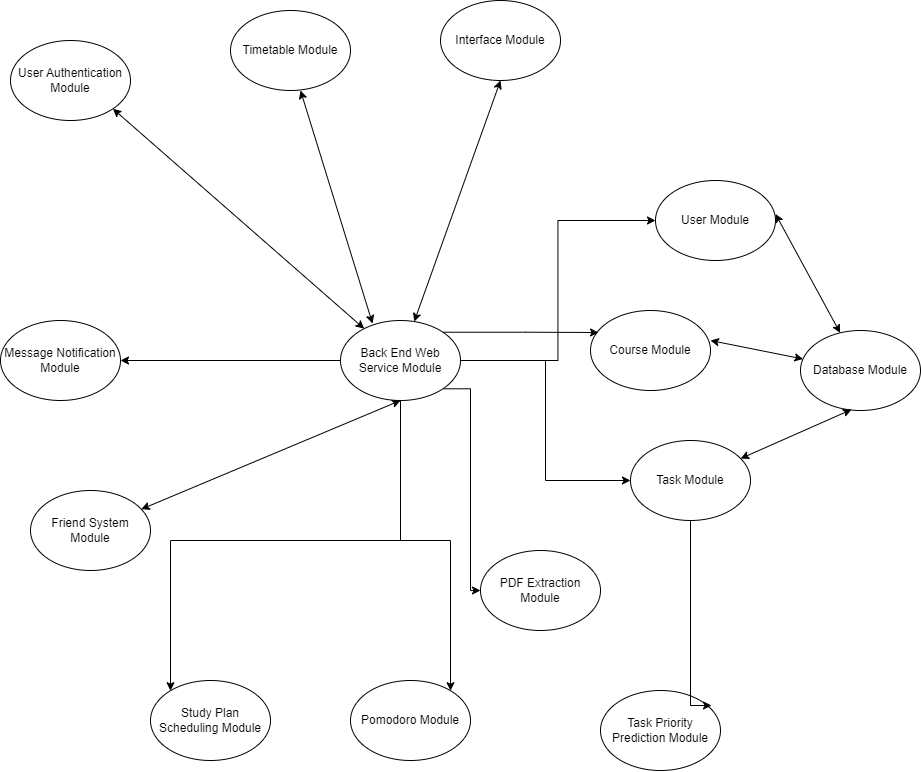
The draw.io diagram docs/Design/SoftArchitecture/UseHierachy.png in katrina799/4G06CapstoneProjectT5, before a commit. Source tidied: cells renumbered, new cells last; positions are measured from the earlier drawing's top-left corner, leaving out a move shared by most shapes. Its diagram source:
```xml
<mxGraphModel>
  <root>
    <mxCell id="0" />
    <mxCell id="1" parent="0" />
    <mxCell id="2" style="edgeStyle=orthogonalEdgeStyle;rounded=0;jettySize=auto;html=1;entryX=0;entryY=0.5;entryDx=0;entryDy=0;" parent="1" edge="1" source="8" target="9">
      <mxGeometry relative="1" as="geometry" />
    </mxCell>
    <mxCell id="3" style="edgeStyle=orthogonalEdgeStyle;rounded=0;jettySize=auto;html=1;entryX=0;entryY=0.5;entryDx=0;entryDy=0;" parent="1" edge="1" source="8" target="12">
      <mxGeometry relative="1" as="geometry" />
    </mxCell>
    <mxCell id="4" style="edgeStyle=orthogonalEdgeStyle;rounded=0;jettySize=auto;html=1;" parent="1" edge="1" source="8" target="13">
      <mxGeometry relative="1" as="geometry" />
    </mxCell>
    <mxCell id="5" style="edgeStyle=orthogonalEdgeStyle;rounded=0;jettySize=auto;html=1;" parent="1" edge="1" source="8" target="19">
      <mxGeometry relative="1" as="geometry">
        <Array as="points">
          <mxPoint x="400" y="540" />
          <mxPoint x="170" y="540" />
        </Array>
      </mxGeometry>
    </mxCell>
    <mxCell id="6" style="edgeStyle=orthogonalEdgeStyle;rounded=0;jettySize=auto;html=1;exitX=0.5;exitY=1;exitDx=0;exitDy=0;" parent="1" edge="1" source="8" target="16">
      <mxGeometry relative="1" as="geometry">
        <Array as="points">
          <mxPoint x="400" y="540" />
          <mxPoint x="450" y="540" />
        </Array>
      </mxGeometry>
    </mxCell>
    <mxCell id="7" style="edgeStyle=orthogonalEdgeStyle;rounded=0;jettySize=auto;html=1;exitX=1;exitY=1;exitDx=0;exitDy=0;entryX=0;entryY=0.5;entryDx=0;entryDy=0;" parent="1" edge="1" source="8" target="17">
      <mxGeometry relative="1" as="geometry">
        <Array as="points">
          <mxPoint x="470" y="388" />
          <mxPoint x="470" y="590" />
        </Array>
      </mxGeometry>
    </mxCell>
    <mxCell id="8" value="Back End Web Service Module" style="ellipse;whiteSpace=wrap;html=1;" parent="1" vertex="1">
      <mxGeometry x="340" y="320" width="120" height="80" as="geometry" />
    </mxCell>
    <mxCell id="9" value="Task Module" style="ellipse;whiteSpace=wrap;html=1;" parent="1" vertex="1">
      <mxGeometry x="630" y="440" width="120" height="80" as="geometry" />
    </mxCell>
    <mxCell id="10" value="User Authentication Module" style="ellipse;whiteSpace=wrap;html=1;" parent="1" vertex="1">
      <mxGeometry x="10" y="40" width="120" height="80" as="geometry" />
    </mxCell>
    <mxCell id="11" value="Course Module" style="ellipse;whiteSpace=wrap;html=1;" parent="1" vertex="1">
      <mxGeometry x="590" y="310" width="120" height="80" as="geometry" />
    </mxCell>
    <mxCell id="12" value="User Module" style="ellipse;whiteSpace=wrap;html=1;" parent="1" vertex="1">
      <mxGeometry x="655" y="180" width="120" height="80" as="geometry" />
    </mxCell>
    <mxCell id="13" value="Message Notification Module" style="ellipse;whiteSpace=wrap;html=1;" parent="1" vertex="1">
      <mxGeometry y="320" width="120" height="80" as="geometry" />
    </mxCell>
    <mxCell id="14" value="Friend System Module" style="ellipse;whiteSpace=wrap;html=1;" parent="1" vertex="1">
      <mxGeometry x="30" y="490" width="120" height="80" as="geometry" />
    </mxCell>
    <mxCell id="15" value="Timetable Module&lt;br&gt;" style="ellipse;whiteSpace=wrap;html=1;" parent="1" vertex="1">
      <mxGeometry x="230" y="10" width="120" height="80" as="geometry" />
    </mxCell>
    <mxCell id="16" value="Pomodoro Module" style="ellipse;whiteSpace=wrap;html=1;" parent="1" vertex="1">
      <mxGeometry x="350" y="680" width="120" height="80" as="geometry" />
    </mxCell>
    <mxCell id="17" value="PDF Extraction Module" style="ellipse;whiteSpace=wrap;html=1;" parent="1" vertex="1">
      <mxGeometry x="480" y="550" width="120" height="80" as="geometry" />
    </mxCell>
    <mxCell id="18" value="Database Module" style="ellipse;whiteSpace=wrap;html=1;" parent="1" vertex="1">
      <mxGeometry x="800" y="330" width="120" height="80" as="geometry" />
    </mxCell>
    <mxCell id="19" value="Study Plan Scheduling Module" style="ellipse;whiteSpace=wrap;html=1;" parent="1" vertex="1">
      <mxGeometry x="150" y="680" width="120" height="80" as="geometry" />
    </mxCell>
    <mxCell id="20" value="Task Priority Prediction Module" style="ellipse;whiteSpace=wrap;html=1;" parent="1" vertex="1">
      <mxGeometry x="600" y="690" width="120" height="80" as="geometry" />
    </mxCell>
    <mxCell id="21" style="edgeStyle=orthogonalEdgeStyle;rounded=0;jettySize=auto;html=1;exitX=1;exitY=0;exitDx=0;exitDy=0;entryX=0.067;entryY=0.275;entryDx=0;entryDy=0;entryPerimeter=0;" parent="1" edge="1" source="8" target="11">
      <mxGeometry relative="1" as="geometry" />
    </mxCell>
    <mxCell id="22" style="endArrow=classic;startArrow=classic;html=1;rounded=0;entryX=0.5;entryY=1;entryDx=0;entryDy=0;" parent="1" edge="1" source="14" target="8">
      <mxGeometry relative="1" as="geometry" />
    </mxCell>
    <mxCell id="23" style="endArrow=classic;startArrow=classic;html=1;rounded=0;entryX=0.267;entryY=0.038;entryDx=0;entryDy=0;entryPerimeter=0;" parent="1" edge="1" target="8">
      <mxGeometry relative="1" as="geometry">
        <mxPoint x="300" y="90" as="sourcePoint" />
      </mxGeometry>
    </mxCell>
    <mxCell id="24" style="endArrow=classic;startArrow=classic;html=1;rounded=0;" parent="1" edge="1" target="18">
      <mxGeometry relative="1" as="geometry">
        <mxPoint x="775" y="213.5" as="sourcePoint" />
      </mxGeometry>
    </mxCell>
    <mxCell id="25" style="endArrow=classic;startArrow=classic;html=1;rounded=0;entryX=0.425;entryY=0.988;entryDx=0;entryDy=0;entryPerimeter=0;" parent="1" edge="1" source="9" target="18">
      <mxGeometry relative="1" as="geometry" />
    </mxCell>
    <mxCell id="26" style="endArrow=classic;startArrow=classic;html=1;rounded=0;" parent="1" edge="1" target="18">
      <mxGeometry relative="1" as="geometry">
        <mxPoint x="710" y="340" as="sourcePoint" />
      </mxGeometry>
    </mxCell>
    <mxCell id="27" style="endArrow=classic;startArrow=classic;html=1;rounded=0;exitX=1;exitY=1;exitDx=0;exitDy=0;" parent="1" edge="1" source="10" target="8">
      <mxGeometry relative="1" as="geometry" />
    </mxCell>
    <mxCell id="28" style="edgeStyle=orthogonalEdgeStyle;rounded=0;jettySize=auto;html=1;entryX=0.925;entryY=0.188;entryDx=0;entryDy=0;entryPerimeter=0;" parent="1" edge="1" source="9" target="20">
      <mxGeometry relative="1" as="geometry">
        <Array as="points">
          <mxPoint x="690" y="705" />
        </Array>
      </mxGeometry>
    </mxCell>
    <mxCell id="29" value="Interface Module" style="ellipse;whiteSpace=wrap;html=1;" parent="1" vertex="1">
      <mxGeometry x="440" width="120" height="80" as="geometry" />
    </mxCell>
    <mxCell id="30" style="endArrow=classic;startArrow=classic;html=1;rounded=0;" parent="1" edge="1" target="8">
      <mxGeometry relative="1" as="geometry">
        <mxPoint x="500" y="80" as="sourcePoint" />
      </mxGeometry>
    </mxCell>
  </root>
</mxGraphModel>
```
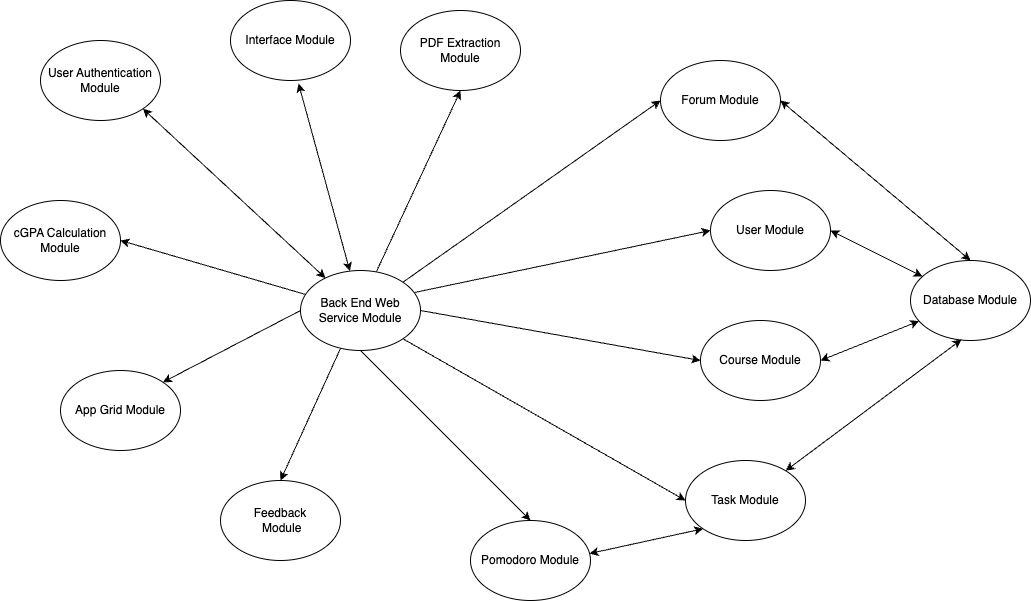
The same file after the commit.

What changed in the source:
```diff
@@ -2,119 +2,92 @@
   <root>
     <mxCell id="0" />
     <mxCell id="1" parent="0" />
-    <mxCell id="2" style="edgeStyle=orthogonalEdgeStyle;rounded=0;jettySize=auto;html=1;entryX=0;entryY=0.5;entryDx=0;entryDy=0;" parent="1" edge="1" source="8" target="9">
-      <mxGeometry relative="1" as="geometry" />
-    </mxCell>
-    <mxCell id="3" style="edgeStyle=orthogonalEdgeStyle;rounded=0;jettySize=auto;html=1;entryX=0;entryY=0.5;entryDx=0;entryDy=0;" parent="1" edge="1" source="8" target="12">
-      <mxGeometry relative="1" as="geometry" />
-    </mxCell>
-    <mxCell id="4" style="edgeStyle=orthogonalEdgeStyle;rounded=0;jettySize=auto;html=1;" parent="1" edge="1" source="8" target="13">
-      <mxGeometry relative="1" as="geometry" />
-    </mxCell>
-    <mxCell id="5" style="edgeStyle=orthogonalEdgeStyle;rounded=0;jettySize=auto;html=1;" parent="1" edge="1" source="8" target="19">
-      <mxGeometry relative="1" as="geometry">
-        <Array as="points">
-          <mxPoint x="400" y="540" />
-          <mxPoint x="170" y="540" />
-        </Array>
-      </mxGeometry>
-    </mxCell>
-    <mxCell id="6" style="edgeStyle=orthogonalEdgeStyle;rounded=0;jettySize=auto;html=1;exitX=0.5;exitY=1;exitDx=0;exitDy=0;" parent="1" edge="1" source="8" target="16">
-      <mxGeometry relative="1" as="geometry">
-        <Array as="points">
-          <mxPoint x="400" y="540" />
-          <mxPoint x="450" y="540" />
-        </Array>
-      </mxGeometry>
-    </mxCell>
-    <mxCell id="7" style="edgeStyle=orthogonalEdgeStyle;rounded=0;jettySize=auto;html=1;exitX=1;exitY=1;exitDx=0;exitDy=0;entryX=0;entryY=0.5;entryDx=0;entryDy=0;" parent="1" edge="1" source="8" target="17">
-      <mxGeometry relative="1" as="geometry">
-        <Array as="points">
-          <mxPoint x="470" y="388" />
-          <mxPoint x="470" y="590" />
-        </Array>
-      </mxGeometry>
-    </mxCell>
     <mxCell id="8" value="Back End Web Service Module" style="ellipse;whiteSpace=wrap;html=1;" parent="1" vertex="1">
-      <mxGeometry x="340" y="320" width="120" height="80" as="geometry" />
+      <mxGeometry x="270" y="270" width="120" height="80" as="geometry" />
     </mxCell>
     <mxCell id="9" value="Task Module" style="ellipse;whiteSpace=wrap;html=1;" parent="1" vertex="1">
-      <mxGeometry x="630" y="440" width="120" height="80" as="geometry" />
+      <mxGeometry x="655" y="460" width="120" height="80" as="geometry" />
     </mxCell>
     <mxCell id="10" value="User Authentication Module" style="ellipse;whiteSpace=wrap;html=1;" parent="1" vertex="1">
       <mxGeometry x="10" y="40" width="120" height="80" as="geometry" />
     </mxCell>
     <mxCell id="11" value="Course Module" style="ellipse;whiteSpace=wrap;html=1;" parent="1" vertex="1">
-      <mxGeometry x="590" y="310" width="120" height="80" as="geometry" />
+      <mxGeometry x="670" y="320" width="120" height="80" as="geometry" />
     </mxCell>
     <mxCell id="12" value="User Module" style="ellipse;whiteSpace=wrap;html=1;" parent="1" vertex="1">
-      <mxGeometry x="655" y="180" width="120" height="80" as="geometry" />
+      <mxGeometry x="680" y="190" width="120" height="80" as="geometry" />
     </mxCell>
-    <mxCell id="13" value="Message Notification Module" style="ellipse;whiteSpace=wrap;html=1;" parent="1" vertex="1">
-      <mxGeometry y="320" width="120" height="80" as="geometry" />
-    </mxCell>
-    <mxCell id="14" value="Friend System Module" style="ellipse;whiteSpace=wrap;html=1;" parent="1" vertex="1">
-      <mxGeometry x="30" y="490" width="120" height="80" as="geometry" />
-    </mxCell>
-    <mxCell id="15" value="Timetable Module&lt;br&gt;" style="ellipse;whiteSpace=wrap;html=1;" parent="1" vertex="1">
-      <mxGeometry x="230" y="10" width="120" height="80" as="geometry" />
-    </mxCell>
     <mxCell id="16" value="Pomodoro Module" style="ellipse;whiteSpace=wrap;html=1;" parent="1" vertex="1">
-      <mxGeometry x="350" y="680" width="120" height="80" as="geometry" />
+      <mxGeometry x="440" y="520" width="120" height="80" as="geometry" />
     </mxCell>
     <mxCell id="17" value="PDF Extraction Module" style="ellipse;whiteSpace=wrap;html=1;" parent="1" vertex="1">
-      <mxGeometry x="480" y="550" width="120" height="80" as="geometry" />
+      <mxGeometry x="370" y="10" width="120" height="80" as="geometry" />
     </mxCell>
     <mxCell id="18" value="Database Module" style="ellipse;whiteSpace=wrap;html=1;" parent="1" vertex="1">
-      <mxGeometry x="800" y="330" width="120" height="80" as="geometry" />
+      <mxGeometry x="880" y="260" width="120" height="80" as="geometry" />
     </mxCell>
-    <mxCell id="19" value="Study Plan Scheduling Module" style="ellipse;whiteSpace=wrap;html=1;" parent="1" vertex="1">
-      <mxGeometry x="150" y="680" width="120" height="80" as="geometry" />
-    </mxCell>
-    <mxCell id="20" value="Task Priority Prediction Module" style="ellipse;whiteSpace=wrap;html=1;" parent="1" vertex="1">
-      <mxGeometry x="600" y="690" width="120" height="80" as="geometry" />
-    </mxCell>
-    <mxCell id="21" style="edgeStyle=orthogonalEdgeStyle;rounded=0;jettySize=auto;html=1;exitX=1;exitY=0;exitDx=0;exitDy=0;entryX=0.067;entryY=0.275;entryDx=0;entryDy=0;entryPerimeter=0;" parent="1" edge="1" source="8" target="11">
-      <mxGeometry relative="1" as="geometry" />
-    </mxCell>
-    <mxCell id="22" style="endArrow=classic;startArrow=classic;html=1;rounded=0;entryX=0.5;entryY=1;entryDx=0;entryDy=0;" parent="1" edge="1" source="14" target="8">
-      <mxGeometry relative="1" as="geometry" />
-    </mxCell>
-    <mxCell id="23" style="endArrow=classic;startArrow=classic;html=1;rounded=0;entryX=0.267;entryY=0.038;entryDx=0;entryDy=0;entryPerimeter=0;" parent="1" edge="1" target="8">
-      <mxGeometry relative="1" as="geometry">
-        <mxPoint x="300" y="90" as="sourcePoint" />
-      </mxGeometry>
-    </mxCell>
-    <mxCell id="24" style="endArrow=classic;startArrow=classic;html=1;rounded=0;" parent="1" edge="1" target="18">
-      <mxGeometry relative="1" as="geometry">
-        <mxPoint x="775" y="213.5" as="sourcePoint" />
-      </mxGeometry>
+    <mxCell id="24" style="endArrow=classic;startArrow=classic;html=1;rounded=0;exitX=1;exitY=0.5;exitDx=0;exitDy=0;" parent="1" edge="1" source="12" target="18">
+      <mxGeometry relative="1" as="geometry" />
     </mxCell>
     <mxCell id="25" style="endArrow=classic;startArrow=classic;html=1;rounded=0;entryX=0.425;entryY=0.988;entryDx=0;entryDy=0;entryPerimeter=0;" parent="1" edge="1" source="9" target="18">
       <mxGeometry relative="1" as="geometry" />
     </mxCell>
-    <mxCell id="26" style="endArrow=classic;startArrow=classic;html=1;rounded=0;" parent="1" edge="1" target="18">
-      <mxGeometry relative="1" as="geometry">
-        <mxPoint x="710" y="340" as="sourcePoint" />
-      </mxGeometry>
+    <mxCell id="26" style="endArrow=classic;startArrow=classic;html=1;rounded=0;exitX=1;exitY=0.5;exitDx=0;exitDy=0;" parent="1" edge="1" source="11" target="18">
+      <mxGeometry relative="1" as="geometry" />
     </mxCell>
     <mxCell id="27" style="endArrow=classic;startArrow=classic;html=1;rounded=0;exitX=1;exitY=1;exitDx=0;exitDy=0;" parent="1" edge="1" source="10" target="8">
       <mxGeometry relative="1" as="geometry" />
     </mxCell>
-    <mxCell id="28" style="edgeStyle=orthogonalEdgeStyle;rounded=0;jettySize=auto;html=1;entryX=0.925;entryY=0.188;entryDx=0;entryDy=0;entryPerimeter=0;" parent="1" edge="1" source="9" target="20">
-      <mxGeometry relative="1" as="geometry">
-        <Array as="points">
-          <mxPoint x="690" y="705" />
-        </Array>
-      </mxGeometry>
-    </mxCell>
     <mxCell id="29" value="Interface Module" style="ellipse;whiteSpace=wrap;html=1;" parent="1" vertex="1">
-      <mxGeometry x="440" width="120" height="80" as="geometry" />
+      <mxGeometry x="200" width="120" height="80" as="geometry" />
     </mxCell>
-    <mxCell id="30" style="endArrow=classic;startArrow=classic;html=1;rounded=0;" parent="1" edge="1" target="8">
-      <mxGeometry relative="1" as="geometry">
-        <mxPoint x="500" y="80" as="sourcePoint" />
-      </mxGeometry>
+    <mxCell id="30" style="endArrow=classic;startArrow=classic;html=1;rounded=0;exitX=0.567;exitY=1.038;exitDx=0;exitDy=0;exitPerimeter=0;" parent="1" edge="1" source="29" target="8">
+      <mxGeometry relative="1" as="geometry" />
     </mxCell>
+    <mxCell id="31" value="cGPA Calculation Module" style="ellipse;whiteSpace=wrap;html=1;" parent="1" vertex="1">
+      <mxGeometry x="-30" y="200" width="120" height="80" as="geometry" />
+    </mxCell>
+    <mxCell id="32" style="endArrow=classic;html=1;rounded=0;entryX=1;entryY=0.5;entryDx=0;entryDy=0;" parent="1" edge="1" source="8" target="31">
+      <mxGeometry relative="1" as="geometry" />
+    </mxCell>
+    <mxCell id="33" value="App Grid Module" style="ellipse;whiteSpace=wrap;html=1;" parent="1" vertex="1">
+      <mxGeometry x="30" y="370" width="120" height="80" as="geometry" />
+    </mxCell>
+    <mxCell id="34" value="Forum Module" style="ellipse;whiteSpace=wrap;html=1;" parent="1" vertex="1">
+      <mxGeometry x="630" y="60" width="120" height="80" as="geometry" />
+    </mxCell>
+    <mxCell id="35" value="Feedback&lt;br&gt;&amp;nbsp;Module" style="ellipse;whiteSpace=wrap;html=1;" parent="1" vertex="1">
+      <mxGeometry x="190" y="480" width="120" height="80" as="geometry" />
+    </mxCell>
+    <mxCell id="6" style="endArrow=classic;html=1;rounded=0;exitX=0.5;exitY=1;exitDx=0;exitDy=0;entryX=0.5;entryY=0;entryDx=0;entryDy=0;" parent="1" edge="1" source="8" target="16">
+      <mxGeometry relative="1" as="geometry" />
+    </mxCell>
+    <mxCell id="7" style="endArrow=classic;html=1;rounded=0;exitX=0.633;exitY=0.013;exitDx=0;exitDy=0;entryX=0.5;entryY=1;entryDx=0;entryDy=0;exitPerimeter=0;" parent="1" edge="1" source="8" target="17">
+      <mxGeometry relative="1" as="geometry" />
+    </mxCell>
+    <mxCell id="3" style="endArrow=classic;html=1;rounded=0;entryX=0;entryY=0.5;entryDx=0;entryDy=0;exitX=0.95;exitY=0.275;exitDx=0;exitDy=0;exitPerimeter=0;" parent="1" edge="1" source="8" target="12">
+      <mxGeometry relative="1" as="geometry" />
+    </mxCell>
+    <mxCell id="21" style="endArrow=classic;html=1;rounded=0;entryX=0;entryY=0.5;entryDx=0;entryDy=0;exitX=1;exitY=0.5;exitDx=0;exitDy=0;" parent="1" edge="1" source="8" target="11">
+      <mxGeometry relative="1" as="geometry" />
+    </mxCell>
+    <mxCell id="2" style="endArrow=classic;html=1;rounded=0;exitX=1;exitY=1;exitDx=0;exitDy=0;entryX=0;entryY=0.5;entryDx=0;entryDy=0;" parent="1" edge="1" source="8" target="9">
+      <mxGeometry relative="1" as="geometry" />
+    </mxCell>
+    <mxCell id="36" style="endArrow=classic;html=1;rounded=0;exitX=1;exitY=0;exitDx=0;exitDy=0;entryX=0;entryY=0.5;entryDx=0;entryDy=0;" parent="1" edge="1" source="8" target="34">
+      <mxGeometry relative="1" as="geometry" />
+    </mxCell>
+    <mxCell id="37" style="endArrow=classic;startArrow=classic;html=1;rounded=0;entryX=0.5;entryY=0;entryDx=0;entryDy=0;exitX=1;exitY=0.5;exitDx=0;exitDy=0;" parent="1" edge="1" source="34" target="18">
+      <mxGeometry relative="1" as="geometry" />
+    </mxCell>
+    <mxCell id="38" style="endArrow=classic;html=1;rounded=0;exitX=0.333;exitY=0.975;exitDx=0;exitDy=0;exitPerimeter=0;entryX=0.5;entryY=0;entryDx=0;entryDy=0;" parent="1" edge="1" source="8" target="35">
+      <mxGeometry relative="1" as="geometry" />
+    </mxCell>
+    <mxCell id="39" style="endArrow=classic;html=1;rounded=0;exitX=0;exitY=0.5;exitDx=0;exitDy=0;entryX=1;entryY=0;entryDx=0;entryDy=0;" parent="1" edge="1" source="8" target="33">
+      <mxGeometry relative="1" as="geometry" />
+    </mxCell>
+    <mxCell id="40" style="endArrow=classic;startArrow=classic;html=1;rounded=0;entryX=0;entryY=1;entryDx=0;entryDy=0;exitX=0.992;exitY=0.413;exitDx=0;exitDy=0;exitPerimeter=0;" parent="1" edge="1" source="16" target="9">
+      <mxGeometry relative="1" as="geometry" />
+    </mxCell>
   </root>
 </mxGraphModel>
```
